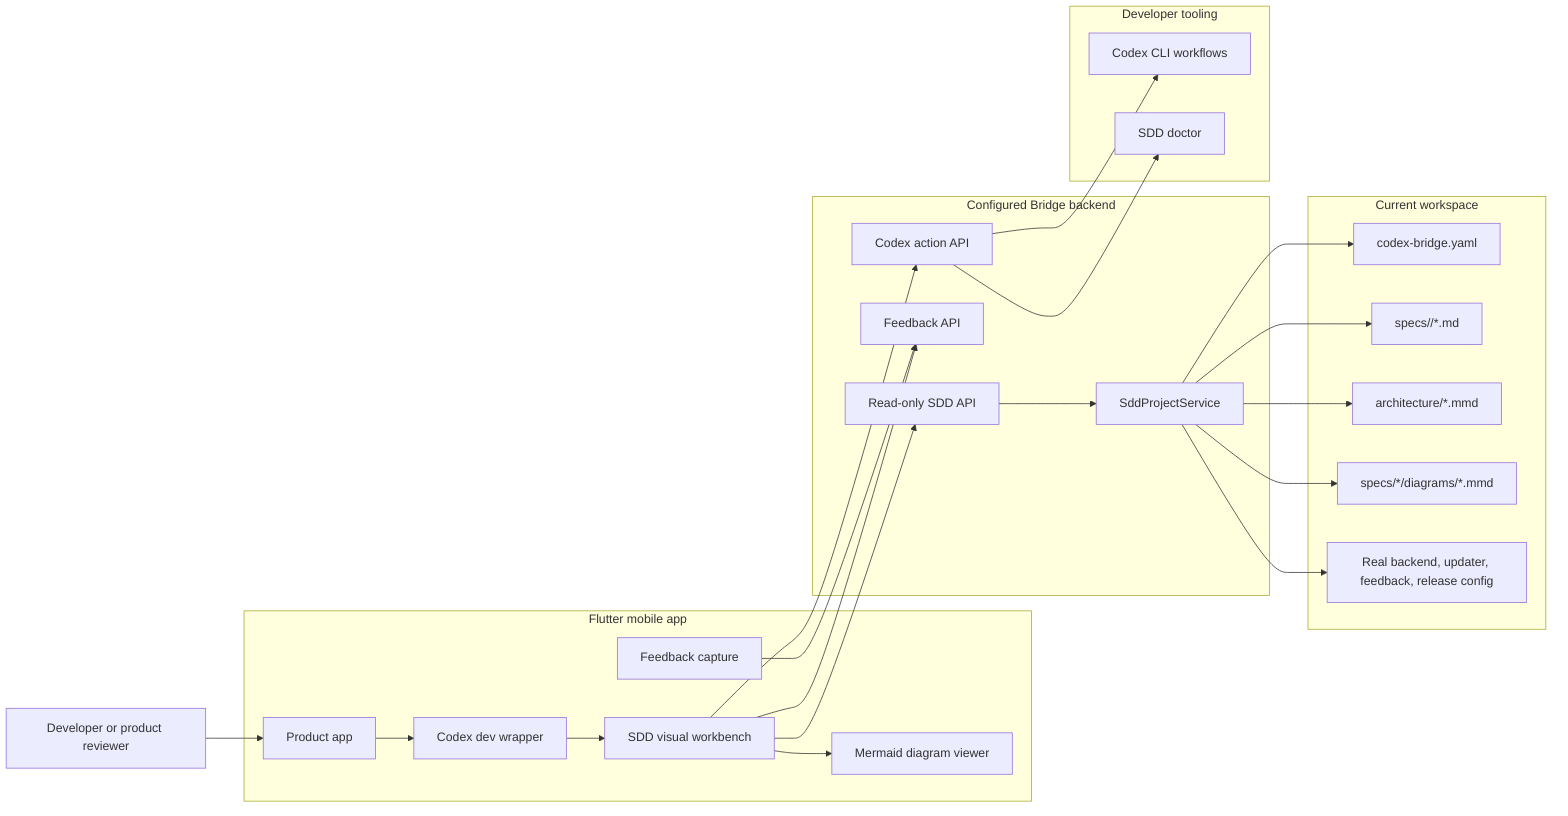
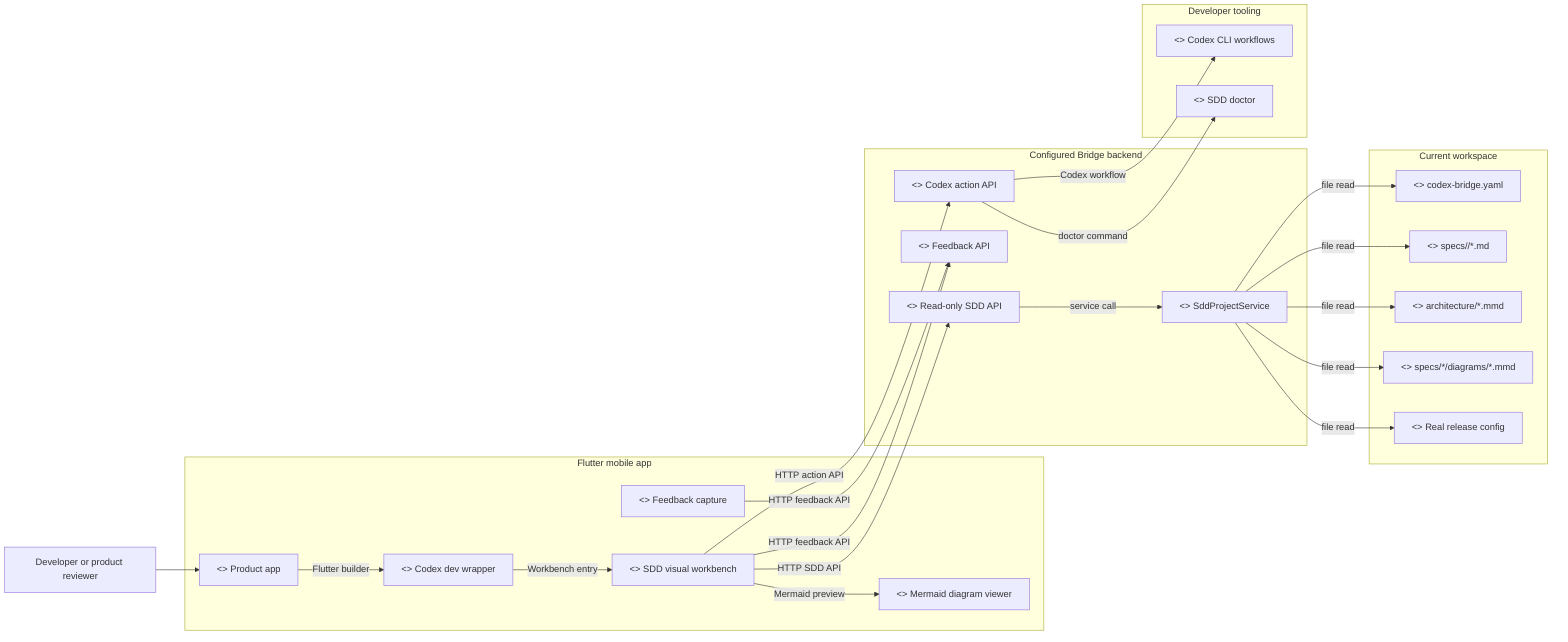
flowchart LR
    User["Developer or product reviewer"]

    subgraph Mobile["Flutter mobile app"]
-         App["Product app"]
-         Wrapper["Codex dev wrapper"]
-         Workbench["SDD visual workbench"]
-         DiagramViewer["Mermaid diagram viewer"]
-         FeedbackCapture["Feedback capture"]
+         App["<<component>> Product app"]
+         Wrapper["<<component>> Codex dev wrapper"]
+         Workbench["<<component>> SDD visual workbench"]
+         DiagramViewer["<<component>> Mermaid diagram viewer"]
+         FeedbackCapture["<<component>> Feedback capture"]
    end

    subgraph Backend["Configured Bridge backend"]
-         SddApi["Read-only SDD API"]
-         FeedbackApi["Feedback API"]
-         ActionApi["Codex action API"]
-         SddService["SddProjectService"]
+         SddApi["<<component>> Read-only SDD API"]
+         FeedbackApi["<<component>> Feedback API"]
+         ActionApi["<<component>> Codex action API"]
+         SddService["<<component>> SddProjectService"]
    end

    subgraph Workspace["Current workspace"]
-         Manifest["codex-bridge.yaml"]
-         Specs["specs/<feature>/*.md"]
-         Architecture["architecture/*.mmd"]
-         FeatureDiagrams["specs/*/diagrams/*.mmd"]
-         RealConfig["Real backend, updater, feedback, release config"]
+         Manifest["<<component>> codex-bridge.yaml"]
+         Specs["<<component>> specs/<feature>/*.md"]
+         Architecture["<<component>> architecture/*.mmd"]
+         FeatureDiagrams["<<component>> specs/*/diagrams/*.mmd"]
+         RealConfig["<<component>> Real release config"]
    end

    subgraph Tooling["Developer tooling"]
-         Codex["Codex CLI workflows"]
-         Doctor["SDD doctor"]
+         Codex["<<component>> Codex CLI workflows"]
+         Doctor["<<component>> SDD doctor"]
    end

    User --> App
-     App --> Wrapper
-     Wrapper --> Workbench
-     Workbench --> DiagramViewer
-     Workbench --> SddApi
-     Workbench --> FeedbackApi
-     Workbench --> ActionApi
-     FeedbackCapture --> FeedbackApi
-     SddApi --> SddService
-     SddService --> Manifest
-     SddService --> Specs
-     SddService --> Architecture
-     SddService --> FeatureDiagrams
-     SddService --> RealConfig
-     ActionApi --> Codex
-     ActionApi --> Doctor
+     App -->|Flutter builder| Wrapper
+     Wrapper -->|Workbench entry| Workbench
+     Workbench -->|Mermaid preview| DiagramViewer
+     Workbench -->|HTTP SDD API| SddApi
+     Workbench -->|HTTP feedback API| FeedbackApi
+     Workbench -->|HTTP action API| ActionApi
+     FeedbackCapture -->|HTTP feedback API| FeedbackApi
+     SddApi -->|service call| SddService
+     SddService -->|file read| Manifest
+     SddService -->|file read| Specs
+     SddService -->|file read| Architecture
+     SddService -->|file read| FeatureDiagrams
+     SddService -->|file read| RealConfig
+     ActionApi -->|Codex workflow| Codex
+     ActionApi -->|doctor command| Doctor
+ 
+     %% UML interface orientation: consumer is on the circle side; provider is on the C/socket side.
+     %% uml-interface: Flutter builder consumer=App provider=Wrapper
+     %% uml-interface: Workbench entry consumer=Wrapper provider=Workbench
+     %% uml-interface: Mermaid preview consumer=Workbench provider=DiagramViewer
+     %% uml-interface: HTTP SDD API consumer=Workbench provider=SddApi
+     %% uml-interface: HTTP feedback API consumer=Workbench provider=FeedbackApi
+     %% uml-interface: HTTP action API consumer=Workbench provider=ActionApi
+     %% uml-interface: Codex workflow consumer=ActionApi provider=Codex
